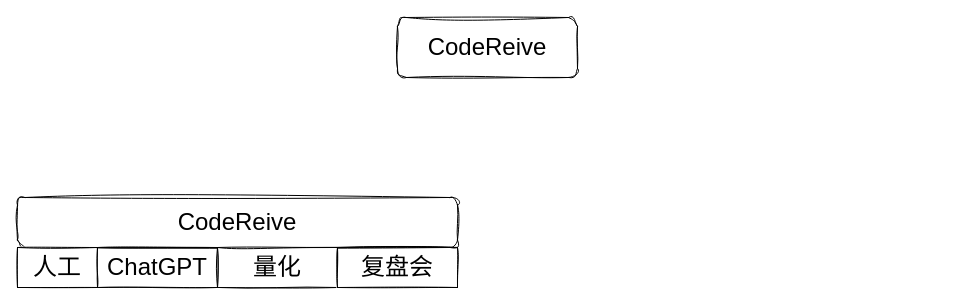
This is 未命名绘图.drawio from skindhu/AlphaAnimationView, a draw.io file, before an edit. Source tidied: cells renumbered, new cells numbered last; positions are measured from the earlier drawing's top-left corner, leaving out a move shared by most shapes. Both pictures are drawn from the tidied source at 100%, with x=0, y=0 at pixel (17, 17).
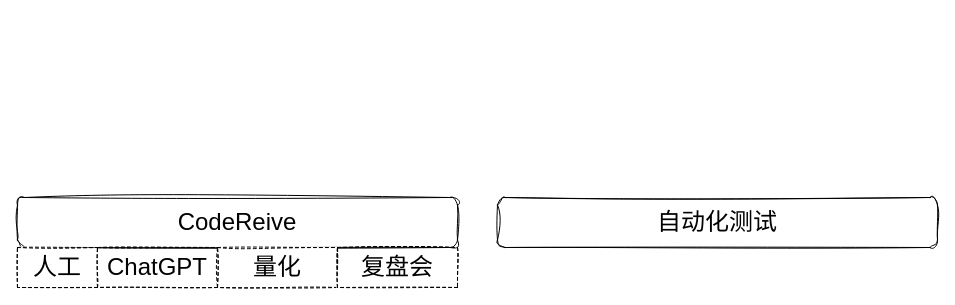
Above is the later version.

Diff of the diagram source:
```diff
@@
 <mxGraphModel>
   <root>
     <mxCell id="0" />
     <mxCell id="1" parent="0" />
     <mxCell id="2" value="&lt;font style=&quot;font-size: 24px;&quot;&gt;CodeReive&lt;/font&gt;" style="rounded=1;whiteSpace=wrap;html=1;sketch=1;curveFitting=1;jiggle=2;" parent="1" vertex="1">
       <mxGeometry y="180" width="440" height="50" as="geometry" />
     </mxCell>
-    <mxCell id="3" value="&lt;font style=&quot;font-size: 24px;&quot;&gt;CodeReive&lt;/font&gt;" style="rounded=1;whiteSpace=wrap;html=1;sketch=1;curveFitting=1;jiggle=2;" parent="1" vertex="1">
-      <mxGeometry x="380" width="180" height="60" as="geometry" />
-    </mxCell>
-    <mxCell id="4" value="人工" style="rounded=0;whiteSpace=wrap;html=1;sketch=1;fontSize=24;" parent="1" vertex="1">
+    <mxCell id="4" value="人工" style="rounded=0;whiteSpace=wrap;html=1;sketch=1;fontSize=24;dashed=1;" parent="1" vertex="1">
       <mxGeometry y="230" width="80" height="40" as="geometry" />
     </mxCell>
-    <mxCell id="5" value="ChatGPT" style="rounded=0;whiteSpace=wrap;html=1;sketch=1;fontSize=24;" parent="1" vertex="1">
+    <mxCell id="5" value="ChatGPT" style="rounded=0;whiteSpace=wrap;html=1;sketch=1;fontSize=24;dashed=1;" parent="1" vertex="1">
       <mxGeometry x="80" y="230" width="120" height="40" as="geometry" />
     </mxCell>
-    <mxCell id="6" value="量化" style="rounded=0;whiteSpace=wrap;html=1;sketch=1;fontSize=24;" parent="1" vertex="1">
+    <mxCell id="6" value="量化" style="rounded=0;whiteSpace=wrap;html=1;sketch=1;fontSize=24;dashed=1;" parent="1" vertex="1">
       <mxGeometry x="200" y="230" width="120" height="40" as="geometry" />
     </mxCell>
-    <mxCell id="7" value="复盘会" style="rounded=0;whiteSpace=wrap;html=1;sketch=1;fontSize=24;" parent="1" vertex="1">
+    <mxCell id="7" value="复盘会" style="rounded=0;whiteSpace=wrap;html=1;sketch=1;fontSize=24;dashed=1;" parent="1" vertex="1">
       <mxGeometry x="320" y="230" width="120" height="40" as="geometry" />
     </mxCell>
+    <mxCell id="8" value="&lt;font style=&quot;font-size: 24px;&quot;&gt;自动化测试&lt;/font&gt;" style="rounded=1;whiteSpace=wrap;html=1;sketch=1;curveFitting=1;jiggle=2;" parent="1" vertex="1">
+      <mxGeometry x="480" y="180" width="440" height="50" as="geometry" />
+    </mxCell>
   </root>
 </mxGraphModel>
```
